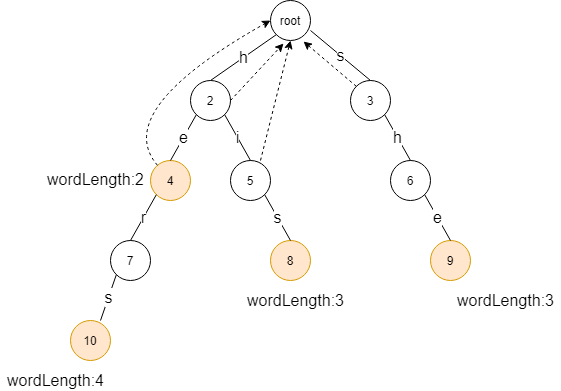
Earlier version of the draw.io export images/automation-7.png (guozhchun/guozhchun.github.io). Source tidied: cells renumbered, new cells last; positions are measured from the earlier drawing's top-left corner, leaving out a move shared by most shapes.
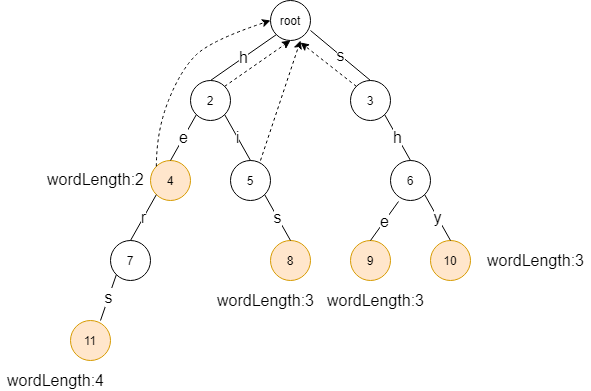
After the change.

Change to the diagram source:
```diff
@@ -28,13 +28,13 @@
     <mxCell id="9" value="3" style="ellipse;whiteSpace=wrap;html=1;" parent="1" vertex="1">
       <mxGeometry x="350" y="80" width="40" height="40" as="geometry" />
     </mxCell>
-    <mxCell id="10" value="9" style="ellipse;whiteSpace=wrap;html=1;fillColor=#ffe6cc;strokeColor=#d79b00;" parent="1" vertex="1">
-      <mxGeometry x="430" y="240" width="40" height="40" as="geometry" />
+    <mxCell id="10" value="9" style="ellipse;whiteSpace=wrap;html=1;fillColor=#ffe6cc;strokeColor=#d79b00;direction=west;" parent="1" vertex="1">
+      <mxGeometry x="350" y="240" width="40" height="40" as="geometry" />
     </mxCell>
     <mxCell id="11" value="6" style="ellipse;whiteSpace=wrap;html=1;" parent="1" vertex="1">
       <mxGeometry x="390" y="160" width="40" height="40" as="geometry" />
     </mxCell>
-    <mxCell id="12" value="&lt;font size=&quot;3&quot;&gt;e&lt;/font&gt;" style="endArrow=none;html=1;exitX=0.5;exitY=0;exitDx=0;exitDy=0;entryX=1;entryY=1;entryDx=0;entryDy=0;" parent="1" edge="1" source="10" target="11">
+    <mxCell id="12" value="&lt;font size=&quot;3&quot;&gt;e&lt;/font&gt;" style="endArrow=none;html=1;exitX=0.5;exitY=1;exitDx=0;exitDy=0;entryX=0.2;entryY=1.025;entryDx=0;entryDy=0;entryPerimeter=0;" parent="1" edge="1" source="10" target="11">
       <mxGeometry relative="1" as="geometry" />
     </mxCell>
     <mxCell id="13" value="&lt;font size=&quot;3&quot;&gt;h&lt;/font&gt;" style="endArrow=none;html=1;entryX=1;entryY=1;entryDx=0;entryDy=0;exitX=0.5;exitY=0;exitDx=0;exitDy=0;" parent="1" edge="1" source="11" target="9">
@@ -51,7 +51,7 @@
     <mxCell id="16" value="&lt;font style=&quot;font-size: 16px&quot;&gt;r&lt;/font&gt;" style="endArrow=none;html=1;entryX=0;entryY=1;entryDx=0;entryDy=0;exitX=0.5;exitY=0;exitDx=0;exitDy=0;" parent="1" edge="1" source="15" target="5">
       <mxGeometry relative="1" as="geometry" />
     </mxCell>
-    <mxCell id="17" value="10" style="ellipse;whiteSpace=wrap;html=1;fillColor=#ffe6cc;strokeColor=#d79b00;" parent="1" vertex="1">
+    <mxCell id="17" value="11" style="ellipse;whiteSpace=wrap;html=1;fillColor=#ffe6cc;strokeColor=#d79b00;" parent="1" vertex="1">
       <mxGeometry x="70" y="320" width="40" height="40" as="geometry" />
     </mxCell>
     <mxCell id="18" value="&lt;font style=&quot;font-size: 16px&quot;&gt;s&lt;/font&gt;" style="endArrow=none;html=1;exitX=0.75;exitY=0;exitDx=0;exitDy=0;exitPerimeter=0;entryX=0;entryY=1;entryDx=0;entryDy=0;" parent="1" edge="1" source="17" target="15">
@@ -70,28 +70,40 @@
       <mxGeometry y="370" width="110" height="20" as="geometry" />
     </mxCell>
     <mxCell id="23" value="&lt;font style=&quot;font-size: 16px&quot;&gt;wordLength:3&lt;/font&gt;" style="text;html=1;align=center;verticalAlign=middle;" parent="1" vertex="1">
-      <mxGeometry x="240" y="290" width="110" height="20" as="geometry" />
+      <mxGeometry x="210" y="290" width="110" height="20" as="geometry" />
     </mxCell>
     <mxCell id="24" value="&lt;font style=&quot;font-size: 16px&quot;&gt;wordLength:3&lt;/font&gt;" style="text;html=1;align=center;verticalAlign=middle;" parent="1" vertex="1">
-      <mxGeometry x="450" y="290" width="110" height="20" as="geometry" />
+      <mxGeometry x="320" y="290" width="110" height="20" as="geometry" />
     </mxCell>
+    <mxCell id="29" value="10" style="ellipse;whiteSpace=wrap;html=1;fillColor=#ffe6cc;strokeColor=#d79b00;direction=west;" parent="1" vertex="1">
+      <mxGeometry x="430" y="240" width="40" height="40" as="geometry" />
+    </mxCell>
+    <mxCell id="30" value="&lt;font size=&quot;3&quot;&gt;y&lt;/font&gt;" style="endArrow=none;html=1;exitX=0.5;exitY=1;exitDx=0;exitDy=0;entryX=1;entryY=1;entryDx=0;entryDy=0;" parent="1" edge="1" source="29" target="11">
+      <mxGeometry relative="1" as="geometry" />
+    </mxCell>
+    <mxCell id="31" value="&lt;font style=&quot;font-size: 16px&quot;&gt;wordLength:3&lt;/font&gt;" style="text;html=1;align=center;verticalAlign=middle;" parent="1" vertex="1">
+      <mxGeometry x="480" y="250" width="110" height="20" as="geometry" />
+    </mxCell>
-    <mxCell id="25" style="endArrow=classic;html=1;exitX=1;exitY=0.5;exitDx=0;exitDy=0;entryX=0.325;entryY=1.075;entryDx=0;entryDy=0;entryPerimeter=0;dashed=1;" parent="1" edge="1" source="3" target="2">
+    <mxCell id="25" style="endArrow=classic;html=1;dashed=1;exitX=1;exitY=0;exitDx=0;exitDy=0;entryX=0.5;entryY=1;entryDx=0;entryDy=0;" parent="1" edge="1" source="3" target="2">
       <mxGeometry relative="1" as="geometry" />
     </mxCell>
-    <mxCell id="26" style="endArrow=classic;html=1;exitX=0;exitY=0;exitDx=0;exitDy=0;entryX=0.825;entryY=1.025;entryDx=0;entryDy=0;entryPerimeter=0;dashed=1;" parent="1" edge="1" source="9" target="2">
+    <mxCell id="26" style="endArrow=classic;html=1;dashed=1;exitX=0;exitY=0;exitDx=0;exitDy=0;entryX=0.75;entryY=1.05;entryDx=0;entryDy=0;entryPerimeter=0;" parent="1" edge="1" source="9" target="2">
       <mxGeometry relative="1" as="geometry" />
     </mxCell>
-    <mxCell id="27" style="curved=1;endArrow=classic;html=1;dashed=1;entryX=0;entryY=0.5;entryDx=0;entryDy=0;" parent="1" edge="1" source="5" target="2">
+    <mxCell id="27" style="curved=1;endArrow=classic;html=1;dashed=1;exitX=0;exitY=0;exitDx=0;exitDy=0;entryX=0;entryY=0.5;entryDx=0;entryDy=0;" parent="1" edge="1" source="5" target="2">
       <mxGeometry relative="1" as="geometry">
         <Array as="points">
-          <mxPoint x="110" y="110" />
+          <mxPoint x="156" y="130" />
+          <mxPoint x="180" y="70" />
+          <mxPoint x="210" y="40" />
         </Array>
       </mxGeometry>
     </mxCell>
-    <mxCell id="28" style="endArrow=classic;html=1;dashed=1;entryX=0.5;entryY=1;entryDx=0;entryDy=0;" parent="1" edge="1" target="2">
-      <mxGeometry relative="1" as="geometry">
-        <mxPoint x="260" y="160" as="sourcePoint" />
-      </mxGeometry>
-    </mxCell>
+    <mxCell id="32" style="endArrow=classic;html=1;dashed=1;" parent="1" edge="1">
+      <mxGeometry relative="1" as="geometry">
+        <mxPoint x="260" y="160" as="sourcePoint" />
+        <mxPoint x="300" y="40" as="targetPoint" />
+      </mxGeometry>
+    </mxCell>
   </root>
 </mxGraphModel>
```
